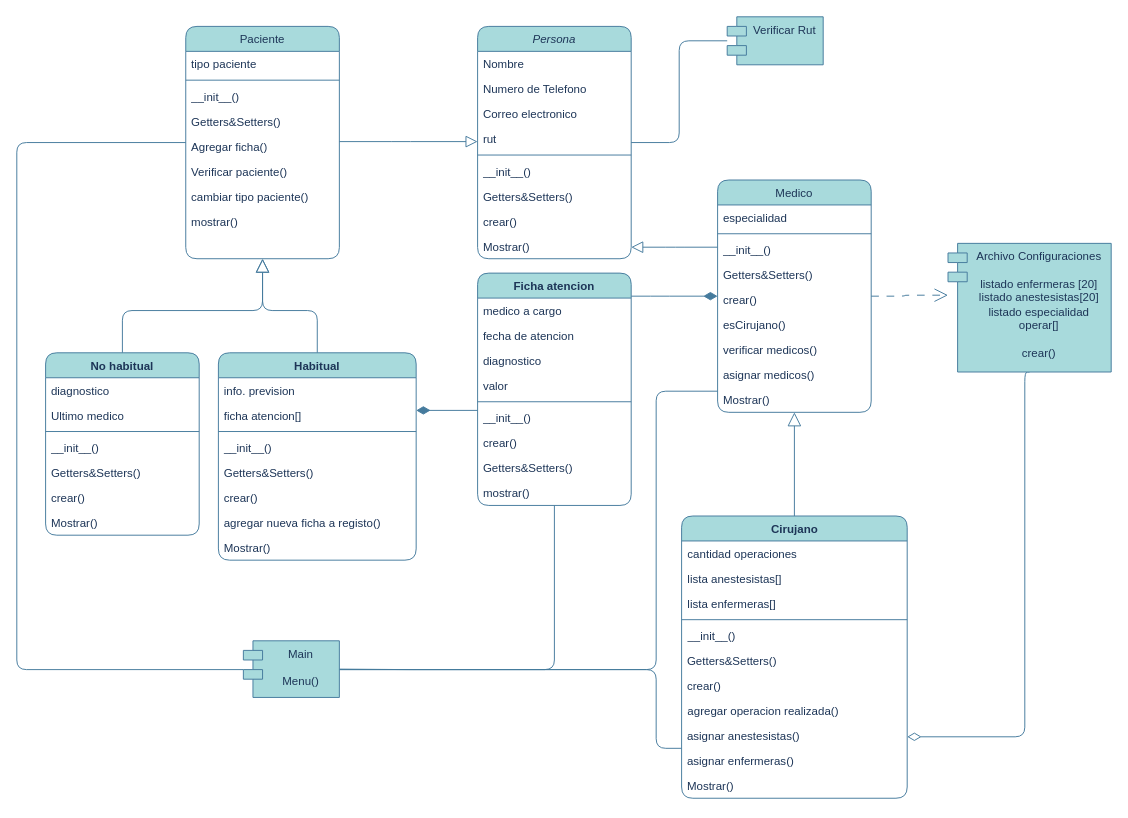
Above: lab 3 progra.drawio in Krishna-Salgado/Progra-Lab-3 (draw.io), before the change. Source tidied: cells renumbered, new cells numbered last; positions are measured from the earlier drawing's top-left corner, leaving out a move shared by most shapes. Both pictures are drawn from the tidied source at 96%, with x=0, y=0 at pixel (16, 16).
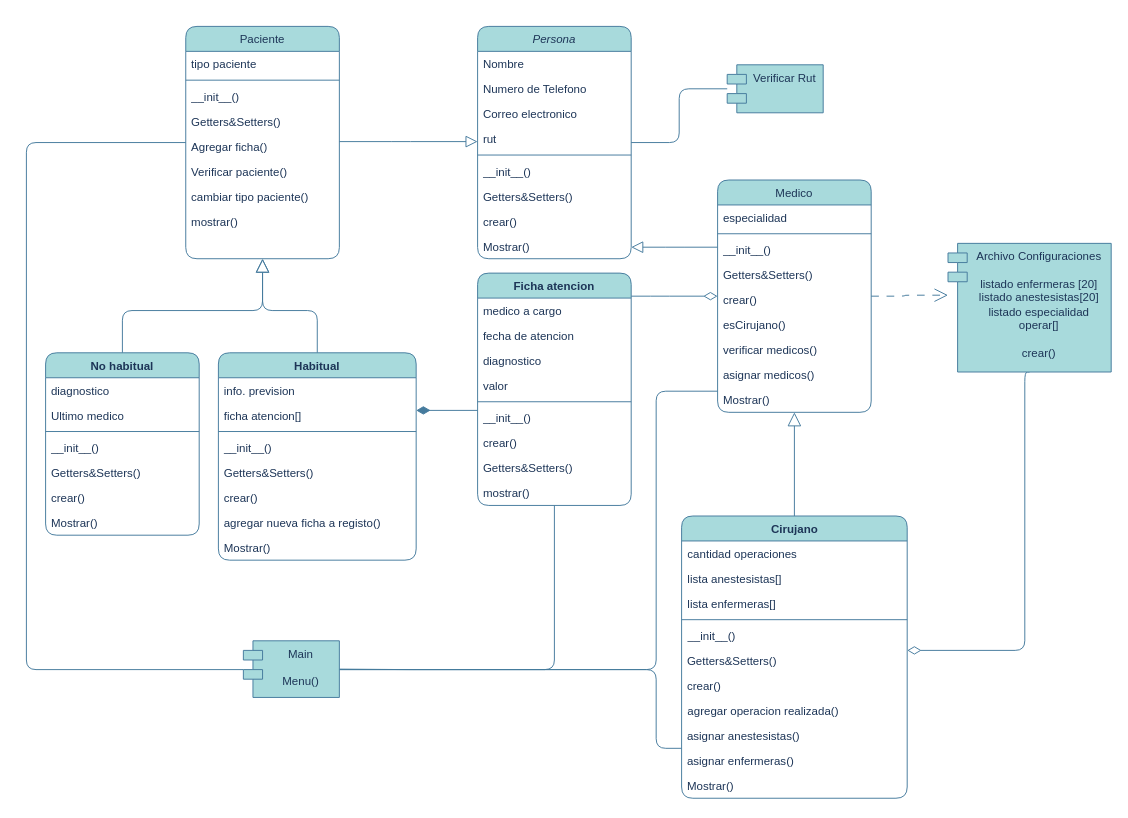
The same diagram, later.

Unchanged cells that the change refers to:
```xml
<mxCell id="13" value="Paciente" style="swimlane;fontStyle=0;align=center;verticalAlign=top;horizontal=1;startSize=26;rounded=1;shadow=0;strokeWidth=1;labelBackgroundColor=none;fillColor=#A8DADC;strokeColor=#457B9D;fontColor=#1D3557;" parent="1" vertex="1">
  <mxGeometry x="176" y="10" width="160" height="242" as="geometry" />
</mxCell>
<mxCell id="25" value="Medico" style="swimlane;fontStyle=0;align=center;verticalAlign=top;horizontal=1;startSize=26;rounded=1;shadow=0;strokeWidth=1;labelBackgroundColor=none;fillColor=#A8DADC;strokeColor=#457B9D;fontColor=#1D3557;" parent="1" vertex="1">
  <mxGeometry x="730" y="170" width="160" height="242" as="geometry" />
</mxCell>
<mxCell id="39" value="Ficha atencion" style="swimlane;fontStyle=1;align=center;verticalAlign=top;horizontal=1;startSize=26;whiteSpace=wrap;html=1;rounded=1;labelBackgroundColor=none;fillColor=#A8DADC;strokeColor=#457B9D;fontColor=#1D3557;" parent="1" vertex="1">
  <mxGeometry x="480" y="267" width="160" height="242" as="geometry" />
</mxCell>
<mxCell id="70" value="Cirujano" style="swimlane;fontStyle=1;align=center;verticalAlign=top;horizontal=1;startSize=26;whiteSpace=wrap;html=1;rounded=1;labelBackgroundColor=none;fillColor=#A8DADC;strokeColor=#457B9D;fontColor=#1D3557;" parent="1" vertex="1">
  <mxGeometry x="692.5" y="520" width="235" height="294" as="geometry" />
</mxCell>
<mxCell id="84" value="Main&lt;br&gt;&lt;br&gt;Menu()" style="shape=module;align=left;spacingLeft=20;align=center;verticalAlign=top;whiteSpace=wrap;html=1;strokeColor=#457B9D;fontColor=#1D3557;fillColor=#A8DADC;labelBackgroundColor=none;rounded=1;" parent="1" vertex="1">
  <mxGeometry x="236" y="650" width="100" height="59" as="geometry" />
</mxCell>
<mxCell id="86" value="Archivo Configuraciones&lt;br&gt;&lt;br&gt;listado enfermeras [20]&lt;br&gt;listado anestesistas[20]&lt;br&gt;listado especialidad operar[]&lt;br&gt;&lt;br&gt;crear()" style="shape=module;align=left;spacingLeft=20;align=center;verticalAlign=top;whiteSpace=wrap;html=1;strokeColor=#457B9D;fontColor=#1D3557;fillColor=#A8DADC;labelBackgroundColor=none;rounded=1;" parent="1" vertex="1">
  <mxGeometry x="970" y="236" width="170" height="134" as="geometry" />
</mxCell>
```

What changed in the source:
```diff
@@
     <mxCell id="12" style="edgeStyle=orthogonalEdgeStyle;rounded=1;jettySize=auto;html=1;strokeColor=#457B9D;fontColor=#1D3557;fillColor=#A8DADC;endArrow=none;endFill=0;" parent="1" edge="1" source="13" target="84">
       <mxGeometry relative="1" as="geometry">
         <Array as="points">
-          <mxPoint y="131" />
-          <mxPoint y="680" />
+          <mxPoint x="10" y="131" />
+          <mxPoint x="10" y="680" />
         </Array>
       </mxGeometry>
     </mxCell>
@@
-    <mxCell id="36" style="edgeStyle=orthogonalEdgeStyle;rounded=1;jettySize=auto;html=1;endArrow=diamondThin;endFill=1;strokeWidth=1;startArrow=none;startFill=0;labelBackgroundColor=none;strokeColor=#457B9D;fontColor=default;endSize=12;" parent="1" edge="1" source="39" target="25">
+    <mxCell id="36" style="edgeStyle=orthogonalEdgeStyle;rounded=1;jettySize=auto;html=1;endArrow=diamondThin;endFill=0;strokeWidth=1;startArrow=none;startFill=0;labelBackgroundColor=none;strokeColor=#457B9D;fontColor=default;endSize=12;" parent="1" edge="1" source="39" target="25">
       <mxGeometry relative="1" as="geometry">
         <Array as="points">
           <mxPoint x="670" y="291" />
           <mxPoint x="670" y="291" />
         </Array>
       </mxGeometry>
     </mxCell>
@@
     <mxCell id="83" value="Verificar Rut" style="shape=module;align=left;spacingLeft=20;align=center;verticalAlign=top;whiteSpace=wrap;html=1;strokeColor=#457B9D;fontColor=#1D3557;fillColor=#A8DADC;labelBackgroundColor=none;rounded=1;" parent="1" vertex="1">
-      <mxGeometry x="740" width="100" height="50" as="geometry" />
+      <mxGeometry x="740" y="50" width="100" height="50" as="geometry" />
     </mxCell>
@@
     <mxCell id="85" style="edgeStyle=orthogonalEdgeStyle;rounded=1;jettySize=auto;html=1;strokeColor=#457B9D;fontColor=default;fillColor=#A8DADC;endArrow=diamondThin;endFill=0;endSize=12;labelBackgroundColor=none;exitX=0.5;exitY=1;exitDx=0;exitDy=0;" parent="1" edge="1" source="86" target="70">
       <mxGeometry relative="1" as="geometry">
         <Array as="points">
           <mxPoint x="1050" y="370" />
-          <mxPoint x="1050" y="750" />
+          <mxPoint x="1050" y="660" />
         </Array>
       </mxGeometry>
     </mxCell>
```
